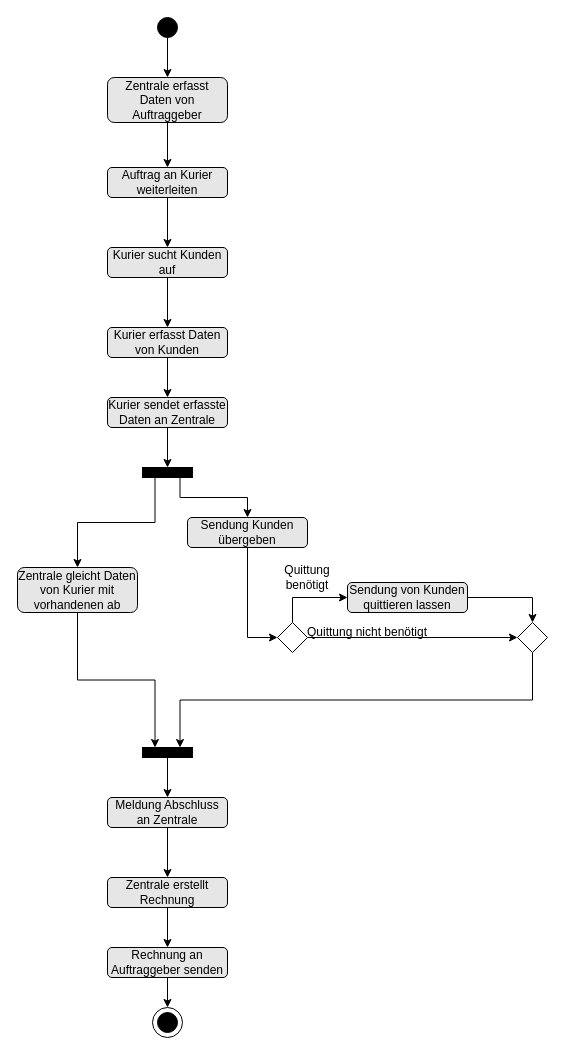
This is 3-Lehrjahr/UML/02_Aktivitaetsdiagramme/004-kurierfahrt.drawio from deanomus/SZUT, a draw.io file, before an edit. Source tidied: cells renumbered, new cells numbered last; positions are measured from the earlier drawing's top-left corner, leaving out a move shared by most shapes. Both pictures are drawn from the tidied source at 100%, with x=0, y=0 at pixel (17, 17).
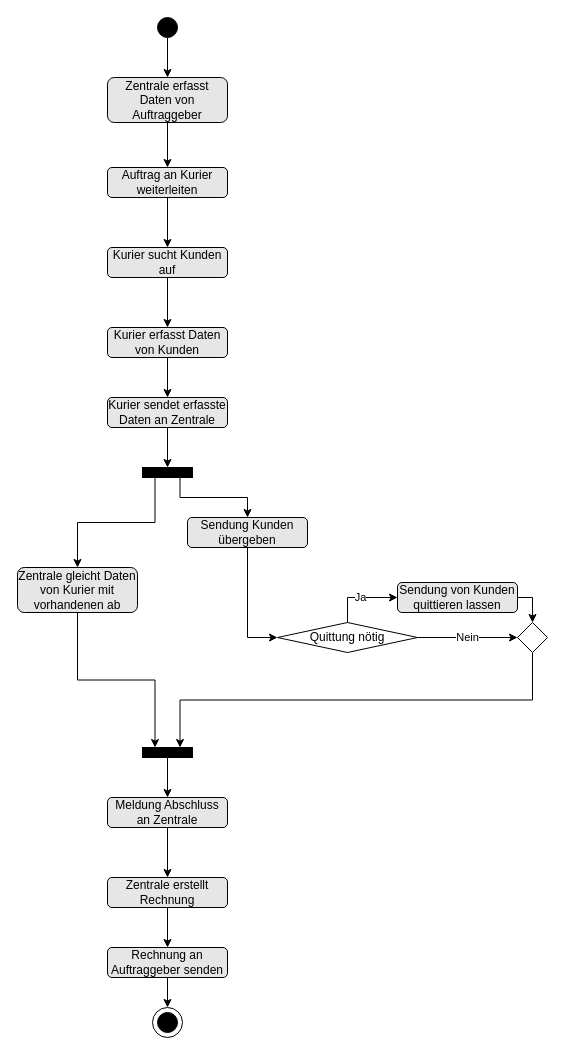
Above is the later version.

Unchanged cells that the change refers to:
```xml
<mxCell id="29" style="rhombus;whiteSpace=wrap;html=1;" parent="1" vertex="1">
  <mxGeometry x="500" y="605" width="30" height="30" as="geometry" />
</mxCell>
```

Diff of the diagram source:
```diff
@@
-    <mxCell id="19" style="edgeStyle=orthogonalEdgeStyle;rounded=0;jettySize=auto;html=1;exitX=0.5;exitY=0;exitDx=0;exitDy=0;entryX=0;entryY=0.5;entryDx=0;entryDy=0;" parent="1" edge="1" source="21" target="23">
+    <mxCell id="19" value="Ja" style="edgeStyle=orthogonalEdgeStyle;rounded=0;jettySize=auto;html=1;exitX=0.5;exitY=0;exitDx=0;exitDy=0;entryX=0;entryY=0.5;entryDx=0;entryDy=0;" parent="1" edge="1" source="21" target="23">
       <mxGeometry relative="1" as="geometry">
         <Array as="points">
-          <mxPoint x="275" y="580" />
+          <mxPoint x="330" y="580" />
         </Array>
       </mxGeometry>
     </mxCell>
-    <mxCell id="20" style="edgeStyle=orthogonalEdgeStyle;rounded=0;jettySize=auto;html=1;exitX=1;exitY=0.5;exitDx=0;exitDy=0;entryX=0;entryY=0.5;entryDx=0;entryDy=0;" parent="1" edge="1" source="21" target="29">
+    <mxCell id="20" value="Nein" style="edgeStyle=orthogonalEdgeStyle;rounded=0;jettySize=auto;html=1;exitX=1;exitY=0.5;exitDx=0;exitDy=0;entryX=0;entryY=0.5;entryDx=0;entryDy=0;" parent="1" edge="1" source="21" target="29">
       <mxGeometry relative="1" as="geometry" />
     </mxCell>
-    <mxCell id="21" style="rhombus;whiteSpace=wrap;html=1;" parent="1" vertex="1">
-      <mxGeometry x="260" y="605" width="30" height="30" as="geometry" />
+    <mxCell id="21" value="Quittung nötig" style="rhombus;whiteSpace=wrap;html=1;" parent="1" vertex="1">
+      <mxGeometry x="260" y="605" width="140" height="30" as="geometry" />
     </mxCell>
@@
     <mxCell id="23" value="Sendung von Kunden quittieren lassen" style="rounded=1;whiteSpace=wrap;html=1;fillColor=#E6E6E6;gradientColor=none;strokeWidth=1;perimeterSpacing=0;glass=0;" parent="1" vertex="1">
-      <mxGeometry x="330" y="565" width="120" height="30" as="geometry" />
+      <mxGeometry x="380" y="565" width="120" height="30" as="geometry" />
     </mxCell>
-    <mxCell id="24" value="Quittung benötigt" style="text;html=1;strokeColor=none;fillColor=none;align=center;verticalAlign=middle;whiteSpace=wrap;rounded=0;" parent="1" vertex="1">
-      <mxGeometry x="260" y="545" width="60" height="30" as="geometry" />
-    </mxCell>
-    <mxCell id="25" value="Quittung nicht benötigt" style="text;html=1;strokeColor=none;fillColor=none;align=center;verticalAlign=middle;whiteSpace=wrap;rounded=0;" parent="1" vertex="1">
-      <mxGeometry x="280" y="600" width="140" height="30" as="geometry" />
-    </mxCell>
```
